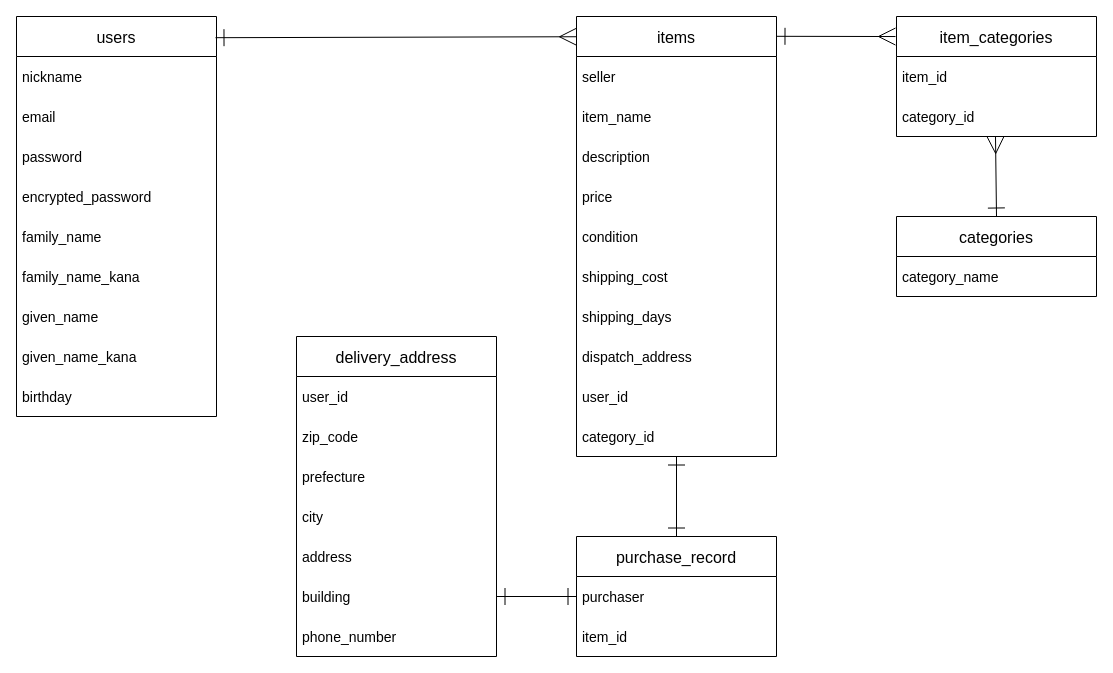
Above: er.dio in oyo-112/furima-37147 (draw.io), before the change. Source tidied: cells renumbered, new cells numbered last; positions are measured from the earlier drawing's top-left corner, leaving out a move shared by most shapes. Both pictures are drawn from the tidied source at 100%, with x=0, y=0 at pixel (16, 16).
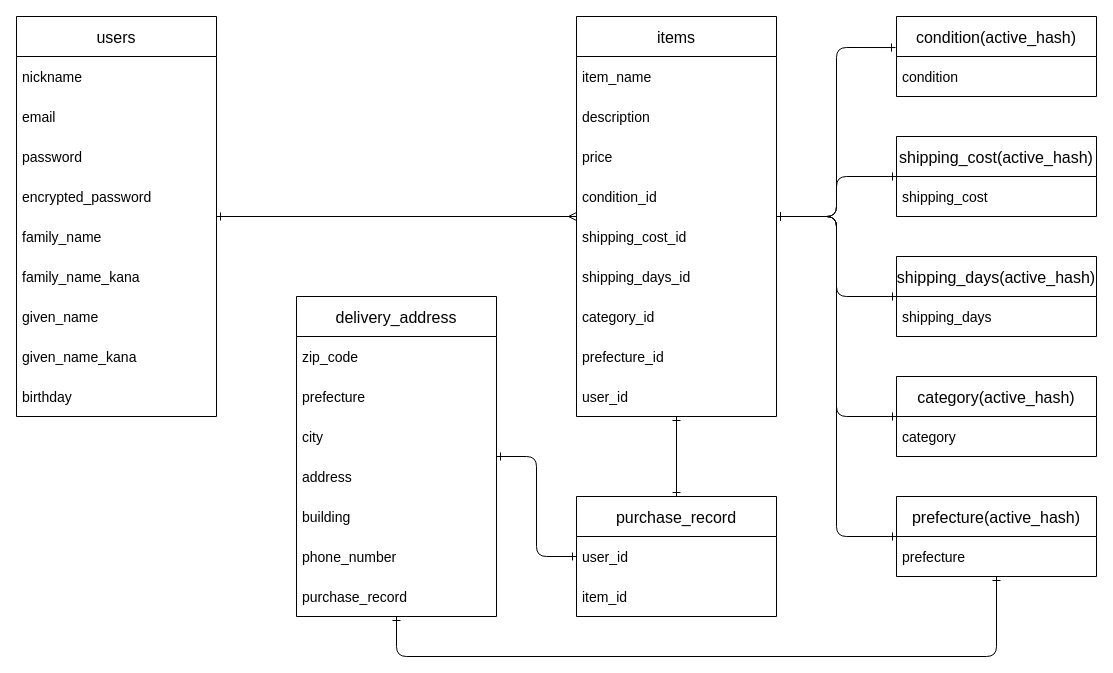
After the change.

Commit message (it also covers changes not shown here):
DB設計（ER図、README修正）

The change refers to these unchanged cells:
```xml
<mxCell id="2" value="users" style="swimlane;fontStyle=0;horizontal=1;startSize=40;align=center;fontSize=16;" parent="1" vertex="1">
  <mxGeometry width="200" height="400" as="geometry" />
</mxCell>
```

Diff of the diagram source:
```diff
@@
+    <mxCell id="41" style="edgeStyle=none;html=1;startArrow=ERone;startFill=0;endArrow=ERmany;endFill=0;" parent="1" edge="1" source="2" target="12">
+      <mxGeometry relative="1" as="geometry" />
+    </mxCell>
@@
+    <mxCell id="39" style="edgeStyle=orthogonalEdgeStyle;html=1;entryX=-0.005;entryY=0.388;entryDx=0;entryDy=0;entryPerimeter=0;startArrow=ERone;startFill=0;endArrow=ERone;endFill=0;" parent="1" edge="1" source="12" target="36">
+      <mxGeometry relative="1" as="geometry" />
+    </mxCell>
+    <mxCell id="44" style="edgeStyle=orthogonalEdgeStyle;html=1;startArrow=ERone;startFill=0;endArrow=ERone;endFill=0;" parent="1" edge="1" source="12" target="34">
+      <mxGeometry relative="1" as="geometry" />
+    </mxCell>
+    <mxCell id="45" style="edgeStyle=orthogonalEdgeStyle;html=1;startArrow=ERone;startFill=0;endArrow=ERone;endFill=0;" parent="1" edge="1" source="12" target="50">
+      <mxGeometry relative="1" as="geometry" />
+    </mxCell>
+    <mxCell id="46" style="edgeStyle=orthogonalEdgeStyle;html=1;startArrow=ERone;startFill=0;endArrow=ERone;endFill=0;" parent="1" edge="1" source="12" target="56">
+      <mxGeometry relative="1" as="geometry" />
+    </mxCell>
+    <mxCell id="47" style="edgeStyle=orthogonalEdgeStyle;html=1;startArrow=ERone;startFill=0;endArrow=ERone;endFill=0;" parent="1" edge="1" source="12" target="23">
+      <mxGeometry relative="1" as="geometry" />
+    </mxCell>
     <mxCell id="12" value="items" style="swimlane;fontStyle=0;horizontal=1;startSize=40;align=center;fontSize=16;" parent="1" vertex="1">
-      <mxGeometry x="560" width="200" height="440" as="geometry" />
+      <mxGeometry x="560" width="200" height="400" as="geometry" />
     </mxCell>
-    <mxCell id="13" value="seller" style="text;strokeColor=none;fillColor=none;spacingLeft=4;spacingRight=4;overflow=hidden;fontSize=14;verticalAlign=middle;horizontal=1;" parent="12" vertex="1">
-      <mxGeometry y="40" width="200" height="40" as="geometry" />
-    </mxCell>
     <mxCell id="14" value="item_name" style="text;strokeColor=none;fillColor=none;spacingLeft=4;spacingRight=4;overflow=hidden;fontSize=14;verticalAlign=middle;horizontal=1;" parent="12" vertex="1">
-      <mxGeometry y="80" width="200" height="40" as="geometry" />
+      <mxGeometry y="40" width="200" height="40" as="geometry" />
     </mxCell>
     <mxCell id="15" value="description" style="text;strokeColor=none;fillColor=none;spacingLeft=4;spacingRight=4;overflow=hidden;fontSize=14;verticalAlign=middle;horizontal=1;" parent="12" vertex="1">
-      <mxGeometry y="120" width="200" height="40" as="geometry" />
+      <mxGeometry y="80" width="200" height="40" as="geometry" />
     </mxCell>
     <mxCell id="16" value="price" style="text;strokeColor=none;fillColor=none;spacingLeft=4;spacingRight=4;overflow=hidden;fontSize=14;verticalAlign=middle;horizontal=1;" parent="12" vertex="1">
-      <mxGeometry y="160" width="200" height="40" as="geometry" />
+      <mxGeometry y="120" width="200" height="40" as="geometry" />
     </mxCell>
-    <mxCell id="17" value="condition" style="text;strokeColor=none;fillColor=none;spacingLeft=4;spacingRight=4;overflow=hidden;fontSize=14;verticalAlign=middle;horizontal=1;" parent="12" vertex="1">
-      <mxGeometry y="200" width="200" height="40" as="geometry" />
+    <mxCell id="17" value="condition_id" style="text;strokeColor=none;fillColor=none;spacingLeft=4;spacingRight=4;overflow=hidden;fontSize=14;verticalAlign=middle;horizontal=1;" parent="12" vertex="1">
+      <mxGeometry y="160" width="200" height="40" as="geometry" />
     </mxCell>
-    <mxCell id="18" value="shipping_cost" style="text;strokeColor=none;fillColor=none;spacingLeft=4;spacingRight=4;overflow=hidden;fontSize=14;verticalAlign=middle;horizontal=1;" parent="12" vertex="1">
-      <mxGeometry y="240" width="200" height="40" as="geometry" />
+    <mxCell id="18" value="shipping_cost_id" style="text;strokeColor=none;fillColor=none;spacingLeft=4;spacingRight=4;overflow=hidden;fontSize=14;verticalAlign=middle;horizontal=1;" parent="12" vertex="1">
+      <mxGeometry y="200" width="200" height="40" as="geometry" />
     </mxCell>
-    <mxCell id="19" value="shipping_days" style="text;strokeColor=none;fillColor=none;spacingLeft=4;spacingRight=4;overflow=hidden;fontSize=14;verticalAlign=middle;horizontal=1;" parent="12" vertex="1">
-      <mxGeometry y="280" width="200" height="40" as="geometry" />
+    <mxCell id="19" value="shipping_days_id" style="text;strokeColor=none;fillColor=none;spacingLeft=4;spacingRight=4;overflow=hidden;fontSize=14;verticalAlign=middle;horizontal=1;" parent="12" vertex="1">
+      <mxGeometry y="240" width="200" height="40" as="geometry" />
     </mxCell>
+    <mxCell id="22" value="category_id" style="text;strokeColor=none;fillColor=none;spacingLeft=4;spacingRight=4;overflow=hidden;points=[[0,0.5],[1,0.5]];portConstraint=eastwest;fontSize=14;verticalAlign=middle;horizontal=1;" parent="12" vertex="1">
+      <mxGeometry y="280" width="200" height="40" as="geometry" />
+    </mxCell>
-    <mxCell id="20" value="dispatch_address" style="text;strokeColor=none;fillColor=none;spacingLeft=4;spacingRight=4;overflow=hidden;fontSize=14;verticalAlign=middle;horizontal=1;" parent="12" vertex="1">
+    <mxCell id="20" value="prefecture_id" style="text;strokeColor=none;fillColor=none;spacingLeft=4;spacingRight=4;overflow=hidden;fontSize=14;verticalAlign=middle;horizontal=1;" parent="12" vertex="1">
       <mxGeometry y="320" width="200" height="40" as="geometry" />
     </mxCell>
@@
-    <mxCell id="22" value="category_id" style="text;strokeColor=none;fillColor=none;spacingLeft=4;spacingRight=4;overflow=hidden;points=[[0,0.5],[1,0.5]];portConstraint=eastwest;fontSize=14;verticalAlign=middle;horizontal=1;" parent="12" vertex="1">
-      <mxGeometry y="400" width="200" height="40" as="geometry" />
-    </mxCell>
+    <mxCell id="48" style="edgeStyle=orthogonalEdgeStyle;html=1;startArrow=ERone;startFill=0;endArrow=ERone;endFill=0;" parent="1" edge="1" source="23" target="26">
+      <mxGeometry relative="1" as="geometry" />
+    </mxCell>
     <mxCell id="23" value="purchase_record" style="swimlane;fontStyle=0;horizontal=1;startSize=40;align=center;fontSize=16;" parent="1" vertex="1">
-      <mxGeometry x="560" y="520" width="200" height="120" as="geometry" />
+      <mxGeometry x="560" y="480" width="200" height="120" as="geometry" />
     </mxCell>
-    <mxCell id="24" value="purchaser" style="text;strokeColor=none;fillColor=none;spacingLeft=4;spacingRight=4;overflow=hidden;points=[[0,0.5],[1,0.5]];portConstraint=eastwest;fontSize=14;verticalAlign=middle;" parent="23" vertex="1">
+    <mxCell id="24" value="user_id" style="text;strokeColor=none;fillColor=none;spacingLeft=4;spacingRight=4;overflow=hidden;points=[[0,0.5],[1,0.5]];portConstraint=eastwest;fontSize=14;verticalAlign=middle;" parent="23" vertex="1">
       <mxGeometry y="40" width="200" height="40" as="geometry" />
     </mxCell>
@@
     <mxCell id="26" value="delivery_address" style="swimlane;fontStyle=0;horizontal=1;startSize=40;align=center;fontSize=16;" parent="1" vertex="1">
-      <mxGeometry x="280" y="320" width="200" height="320" as="geometry" />
+      <mxGeometry x="280" y="280" width="200" height="320" as="geometry" />
     </mxCell>
-    <mxCell id="27" value="user_id   " style="text;strokeColor=none;fillColor=none;spacingLeft=4;spacingRight=4;overflow=hidden;fontSize=14;verticalAlign=middle;" parent="26" vertex="1">
-      <mxGeometry y="40" width="200" height="40" as="geometry" />
-    </mxCell>
     <mxCell id="28" value="zip_code" style="text;strokeColor=none;fillColor=none;spacingLeft=4;spacingRight=4;overflow=hidden;fontSize=14;verticalAlign=middle;" parent="26" vertex="1">
-      <mxGeometry y="80" width="200" height="40" as="geometry" />
+      <mxGeometry y="40" width="200" height="40" as="geometry" />
     </mxCell>
     <mxCell id="29" value="prefecture" style="text;strokeColor=none;fillColor=none;spacingLeft=4;spacingRight=4;overflow=hidden;fontSize=14;verticalAlign=middle;" parent="26" vertex="1">
-      <mxGeometry y="120" width="200" height="40" as="geometry" />
+      <mxGeometry y="80" width="200" height="40" as="geometry" />
     </mxCell>
     <mxCell id="30" value="city" style="text;strokeColor=none;fillColor=none;spacingLeft=4;spacingRight=4;overflow=hidden;fontSize=14;verticalAlign=middle;" parent="26" vertex="1">
-      <mxGeometry y="160" width="200" height="40" as="geometry" />
+      <mxGeometry y="120" width="200" height="40" as="geometry" />
     </mxCell>
     <mxCell id="31" value="address" style="text;strokeColor=none;fillColor=none;spacingLeft=4;spacingRight=4;overflow=hidden;fontSize=14;verticalAlign=middle;" parent="26" vertex="1">
-      <mxGeometry y="200" width="200" height="40" as="geometry" />
+      <mxGeometry y="160" width="200" height="40" as="geometry" />
     </mxCell>
     <mxCell id="32" value="building" style="text;strokeColor=none;fillColor=none;spacingLeft=4;spacingRight=4;overflow=hidden;points=[[0,0.5],[1,0.5]];portConstraint=eastwest;fontSize=14;verticalAlign=middle;" parent="26" vertex="1">
-      <mxGeometry y="240" width="200" height="40" as="geometry" />
+      <mxGeometry y="200" width="200" height="40" as="geometry" />
     </mxCell>
     <mxCell id="33" value="phone_number" style="text;strokeColor=none;fillColor=none;spacingLeft=4;spacingRight=4;overflow=hidden;fontSize=14;verticalAlign=middle;" parent="26" vertex="1">
-      <mxGeometry y="280" width="200" height="40" as="geometry" />
+      <mxGeometry y="240" width="200" height="40" as="geometry" />
     </mxCell>
+    <mxCell id="49" value="purchase_record" style="text;strokeColor=none;fillColor=none;spacingLeft=4;spacingRight=4;overflow=hidden;fontSize=14;verticalAlign=middle;" parent="26" vertex="1">
+      <mxGeometry y="280" width="200" height="40" as="geometry" />
+    </mxCell>
-    <mxCell id="34" value="categories" style="swimlane;fontStyle=0;horizontal=1;startSize=40;align=center;fontSize=16;" parent="1" vertex="1">
-      <mxGeometry x="880" y="200" width="200" height="80" as="geometry" />
+    <mxCell id="34" value="shipping_cost(active_hash)" style="swimlane;fontStyle=0;horizontal=1;startSize=40;align=center;fontSize=16;" parent="1" vertex="1">
+      <mxGeometry x="880" y="120" width="200" height="80" as="geometry" />
     </mxCell>
-    <mxCell id="35" value="category_name" style="text;strokeColor=none;fillColor=none;spacingLeft=4;spacingRight=4;overflow=hidden;fontSize=14;verticalAlign=middle;" parent="34" vertex="1">
+    <mxCell id="35" value="shipping_cost" style="text;strokeColor=none;fillColor=none;spacingLeft=4;spacingRight=4;overflow=hidden;fontSize=14;verticalAlign=middle;" parent="34" vertex="1">
       <mxGeometry y="40" width="200" height="40" as="geometry" />
     </mxCell>
-    <mxCell id="36" value="item_categories" style="swimlane;fontStyle=0;horizontal=1;startSize=40;align=center;fontSize=16;" parent="1" vertex="1">
-      <mxGeometry x="880" width="200" height="120" as="geometry" />
+    <mxCell id="36" value="condition(active_hash)" style="swimlane;fontStyle=0;horizontal=1;startSize=40;align=center;fontSize=16;" parent="1" vertex="1">
+      <mxGeometry x="880" width="200" height="80" as="geometry" />
     </mxCell>
-    <mxCell id="37" value="item_id" style="text;strokeColor=none;fillColor=none;spacingLeft=4;spacingRight=4;overflow=hidden;fontSize=14;verticalAlign=middle;" parent="36" vertex="1">
+    <mxCell id="37" value="condition" style="text;strokeColor=none;fillColor=none;spacingLeft=4;spacingRight=4;overflow=hidden;fontSize=14;verticalAlign=middle;" parent="36" vertex="1">
       <mxGeometry y="40" width="200" height="40" as="geometry" />
     </mxCell>
-    <mxCell id="38" value="category_id" style="text;strokeColor=none;fillColor=none;spacingLeft=4;spacingRight=4;overflow=hidden;points=[[0,0.5],[1,0.5]];portConstraint=eastwest;fontSize=14;verticalAlign=middle;" parent="36" vertex="1">
-      <mxGeometry y="80" width="200" height="40" as="geometry" />
-    </mxCell>
-    <mxCell id="39" style="fontSize=12;html=1;endArrow=ERmany;startSize=15;endSize=15;endFill=0;startArrow=ERone;startFill=0;exitX=1;exitY=0.045;exitDx=0;exitDy=0;exitPerimeter=0;entryX=-0.005;entryY=0.167;entryDx=0;entryDy=0;entryPerimeter=0;" parent="1" edge="1" source="12" target="36">
-      <mxGeometry relative="1" as="geometry" />
-    </mxCell>
-    <mxCell id="40" style="fontSize=12;html=1;endArrow=ERmany;startSize=15;endSize=15;endFill=0;startArrow=ERone;startFill=0;exitX=0.5;exitY=0;exitDx=0;exitDy=0;entryX=0.495;entryY=1;entryDx=0;entryDy=0;entryPerimeter=0;" parent="1" edge="1" source="34" target="38">
-      <mxGeometry relative="1" as="geometry" />
-    </mxCell>
-    <mxCell id="41" style="fontSize=12;html=1;endArrow=ERmany;startSize=15;endSize=15;endFill=0;startArrow=ERone;startFill=0;entryX=0;entryY=0.046;entryDx=0;entryDy=0;entryPerimeter=0;exitX=0.995;exitY=0.053;exitDx=0;exitDy=0;exitPerimeter=0;" parent="1" edge="1" source="2" target="12">
-      <mxGeometry relative="1" as="geometry" />
-    </mxCell>
-    <mxCell id="42" style="fontSize=12;html=1;endArrow=ERone;startSize=15;endSize=15;endFill=0;startArrow=ERone;startFill=0;exitX=0.5;exitY=0;exitDx=0;exitDy=0;entryX=0.5;entryY=1;entryDx=0;entryDy=0;entryPerimeter=0;" parent="1" edge="1" source="23" target="22">
-      <mxGeometry relative="1" as="geometry" />
-    </mxCell>
-    <mxCell id="43" style="fontSize=12;html=1;endArrow=ERone;startSize=15;endSize=15;endFill=0;startArrow=ERone;startFill=0;exitX=0;exitY=0.5;exitDx=0;exitDy=0;entryX=1;entryY=0.5;entryDx=0;entryDy=0;" parent="1" edge="1" source="24" target="32">
-      <mxGeometry relative="1" as="geometry" />
-    </mxCell>
+    <mxCell id="50" value="shipping_days(active_hash)" style="swimlane;fontStyle=0;horizontal=1;startSize=40;align=center;fontSize=16;" parent="1" vertex="1">
+      <mxGeometry x="880" y="240" width="200" height="80" as="geometry" />
+    </mxCell>
+    <mxCell id="51" value="shipping_days" style="text;strokeColor=none;fillColor=none;spacingLeft=4;spacingRight=4;overflow=hidden;fontSize=14;verticalAlign=middle;" parent="50" vertex="1">
+      <mxGeometry y="40" width="200" height="40" as="geometry" />
+    </mxCell>
+    <mxCell id="52" style="edgeStyle=orthogonalEdgeStyle;html=1;startArrow=ERone;startFill=0;endArrow=ERone;endFill=0;" parent="1" edge="1" source="54" target="12">
+      <mxGeometry relative="1" as="geometry">
+        <Array as="points">
+          <mxPoint x="820" y="520" />
+          <mxPoint x="820" y="200" />
+        </Array>
+      </mxGeometry>
+    </mxCell>
+    <mxCell id="53" style="edgeStyle=orthogonalEdgeStyle;html=1;startArrow=ERone;startFill=0;endArrow=ERone;endFill=0;" parent="1" edge="1" source="54" target="26">
+      <mxGeometry relative="1" as="geometry">
+        <Array as="points">
+          <mxPoint x="980" y="640" />
+          <mxPoint x="380" y="640" />
+        </Array>
+      </mxGeometry>
+    </mxCell>
+    <mxCell id="54" value="prefecture(active_hash)" style="swimlane;fontStyle=0;horizontal=1;startSize=40;align=center;fontSize=16;" parent="1" vertex="1">
+      <mxGeometry x="880" y="480" width="200" height="80" as="geometry" />
+    </mxCell>
+    <mxCell id="55" value="prefecture" style="text;strokeColor=none;fillColor=none;spacingLeft=4;spacingRight=4;overflow=hidden;fontSize=14;verticalAlign=middle;" parent="54" vertex="1">
+      <mxGeometry y="40" width="200" height="40" as="geometry" />
+    </mxCell>
+    <mxCell id="56" value="category(active_hash)" style="swimlane;fontStyle=0;horizontal=1;startSize=40;align=center;fontSize=16;" parent="1" vertex="1">
+      <mxGeometry x="880" y="360" width="200" height="80" as="geometry" />
+    </mxCell>
+    <mxCell id="57" value="category" style="text;strokeColor=none;fillColor=none;spacingLeft=4;spacingRight=4;overflow=hidden;fontSize=14;verticalAlign=middle;" parent="56" vertex="1">
+      <mxGeometry y="40" width="200" height="40" as="geometry" />
+    </mxCell>
```
